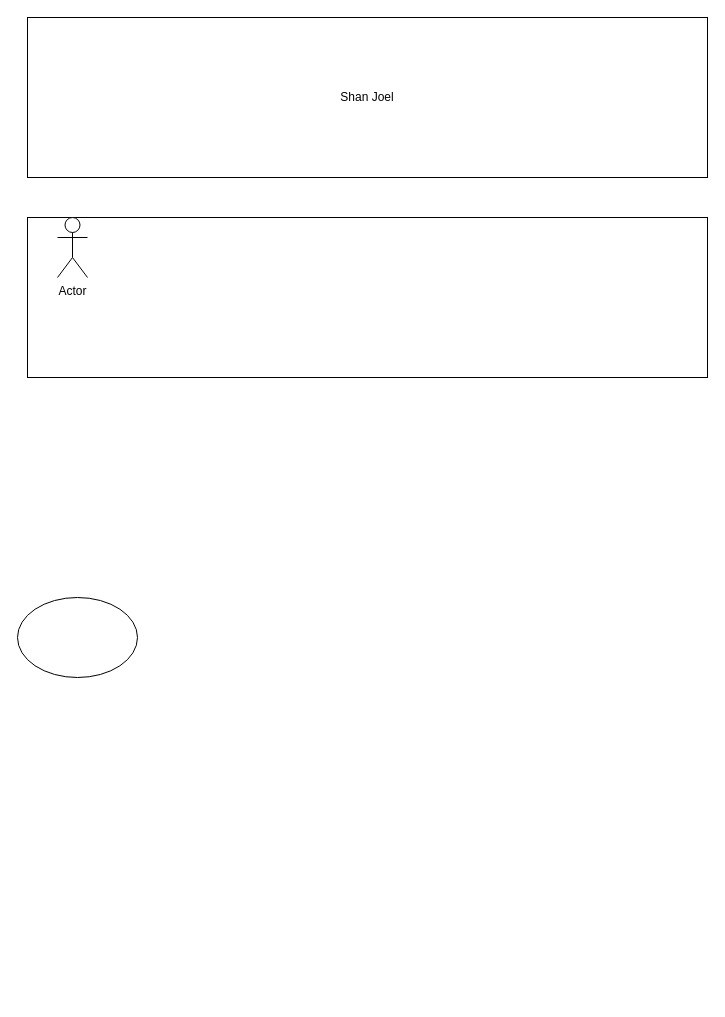
Before: diagrams.drawio in Shan-Joel/Diagrams---ITPM, a draw.io diagram. Source tidied: cells renumbered, new cells numbered last; positions are measured from the earlier drawing's top-left corner, leaving out a move shared by most shapes. Both pictures are drawn from the tidied source at 100%, with x=0, y=0 at pixel (17, 17).
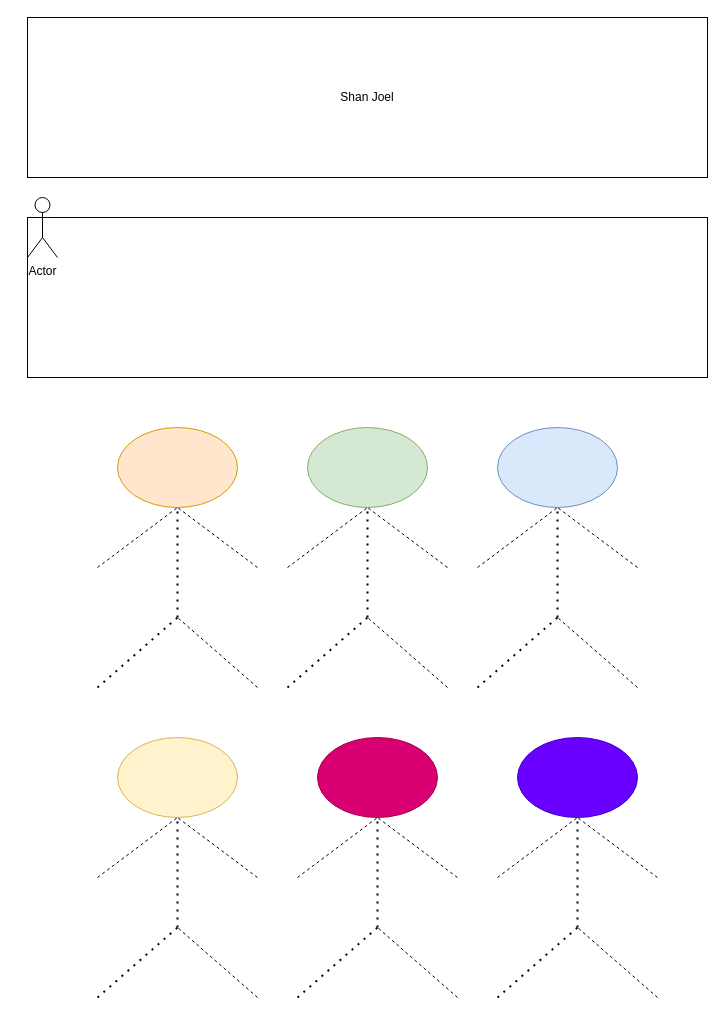
After the change.

Change to the diagram source:
```diff
@@
-    <mxCell id="4" style="ellipse;whiteSpace=wrap;html=1;" parent="1" vertex="1">
-      <mxGeometry y="580" width="120" height="80" as="geometry" />
+    <mxCell id="4" style="ellipse;whiteSpace=wrap;html=1;fillColor=#d5e8d4;strokeColor=#82b366;" parent="1" vertex="1">
+      <mxGeometry x="290" y="410" width="120" height="80" as="geometry" />
     </mxCell>
     <mxCell id="5" value="Actor" style="shape=umlActor;verticalLabelPosition=bottom;verticalAlign=top;html=1;" parent="1" vertex="1">
-      <mxGeometry x="40" y="200" width="30" height="60" as="geometry" />
+      <mxGeometry x="10" y="180" width="30" height="60" as="geometry" />
     </mxCell>
+    <mxCell id="6" style="endArrow=none;dashed=1;html=1;dashPattern=1 3;strokeWidth=2;rounded=0;entryX=0.5;entryY=1;entryDx=0;entryDy=0;" parent="1" edge="1" target="4">
+      <mxGeometry relative="1" as="geometry">
+        <mxPoint x="350" y="600" as="sourcePoint" />
+      </mxGeometry>
+    </mxCell>
+    <mxCell id="7" style="endArrow=none;dashed=1;html=1;dashPattern=1 3;strokeWidth=2;rounded=0;" parent="1" edge="1">
+      <mxGeometry relative="1" as="geometry">
+        <mxPoint x="270" y="670" as="sourcePoint" />
+        <mxPoint x="350" y="600" as="targetPoint" />
+      </mxGeometry>
+    </mxCell>
+    <mxCell id="8" style="endArrow=none;dashed=1;html=1;rounded=0;" parent="1" edge="1">
+      <mxGeometry relative="1" as="geometry">
+        <mxPoint x="430" y="670" as="sourcePoint" />
+        <mxPoint x="350" y="600" as="targetPoint" />
+      </mxGeometry>
+    </mxCell>
+    <mxCell id="9" style="endArrow=none;dashed=1;html=1;rounded=0;" parent="1" edge="1">
+      <mxGeometry relative="1" as="geometry">
+        <mxPoint x="270" y="550" as="sourcePoint" />
+        <mxPoint x="350" y="490" as="targetPoint" />
+      </mxGeometry>
+    </mxCell>
+    <mxCell id="10" style="endArrow=none;dashed=1;html=1;rounded=0;" parent="1" edge="1">
+      <mxGeometry relative="1" as="geometry">
+        <mxPoint x="430" y="550" as="sourcePoint" />
+        <mxPoint x="350" y="490" as="targetPoint" />
+      </mxGeometry>
+    </mxCell>
+    <mxCell id="11" style="ellipse;whiteSpace=wrap;html=1;fillColor=#dae8fc;strokeColor=#6c8ebf;" parent="1" vertex="1">
+      <mxGeometry x="480" y="410" width="120" height="80" as="geometry" />
+    </mxCell>
+    <mxCell id="12" style="endArrow=none;dashed=1;html=1;dashPattern=1 3;strokeWidth=2;rounded=0;entryX=0.5;entryY=1;entryDx=0;entryDy=0;" parent="1" edge="1" target="11">
+      <mxGeometry relative="1" as="geometry">
+        <mxPoint x="540" y="600" as="sourcePoint" />
+      </mxGeometry>
+    </mxCell>
+    <mxCell id="13" style="endArrow=none;dashed=1;html=1;dashPattern=1 3;strokeWidth=2;rounded=0;" parent="1" edge="1">
+      <mxGeometry relative="1" as="geometry">
+        <mxPoint x="460" y="670" as="sourcePoint" />
+        <mxPoint x="540" y="600" as="targetPoint" />
+      </mxGeometry>
+    </mxCell>
+    <mxCell id="14" style="endArrow=none;dashed=1;html=1;rounded=0;" parent="1" edge="1">
+      <mxGeometry relative="1" as="geometry">
+        <mxPoint x="620" y="670" as="sourcePoint" />
+        <mxPoint x="540" y="600" as="targetPoint" />
+      </mxGeometry>
+    </mxCell>
+    <mxCell id="15" style="endArrow=none;dashed=1;html=1;rounded=0;" parent="1" edge="1">
+      <mxGeometry relative="1" as="geometry">
+        <mxPoint x="460" y="550" as="sourcePoint" />
+        <mxPoint x="540" y="490" as="targetPoint" />
+      </mxGeometry>
+    </mxCell>
+    <mxCell id="16" style="endArrow=none;dashed=1;html=1;rounded=0;" parent="1" edge="1">
+      <mxGeometry relative="1" as="geometry">
+        <mxPoint x="620" y="550" as="sourcePoint" />
+        <mxPoint x="540" y="490" as="targetPoint" />
+      </mxGeometry>
+    </mxCell>
+    <mxCell id="17" style="ellipse;whiteSpace=wrap;html=1;fillColor=#ffe6cc;strokeColor=#d79b00;" parent="1" vertex="1">
+      <mxGeometry x="100" y="410" width="120" height="80" as="geometry" />
+    </mxCell>
+    <mxCell id="18" style="endArrow=none;dashed=1;html=1;dashPattern=1 3;strokeWidth=2;rounded=0;entryX=0.5;entryY=1;entryDx=0;entryDy=0;" parent="1" edge="1" target="17">
+      <mxGeometry relative="1" as="geometry">
+        <mxPoint x="160" y="600" as="sourcePoint" />
+      </mxGeometry>
+    </mxCell>
+    <mxCell id="19" style="endArrow=none;dashed=1;html=1;dashPattern=1 3;strokeWidth=2;rounded=0;" parent="1" edge="1">
+      <mxGeometry relative="1" as="geometry">
+        <mxPoint x="80" y="670" as="sourcePoint" />
+        <mxPoint x="160" y="600" as="targetPoint" />
+      </mxGeometry>
+    </mxCell>
+    <mxCell id="20" style="endArrow=none;dashed=1;html=1;rounded=0;" parent="1" edge="1">
+      <mxGeometry relative="1" as="geometry">
+        <mxPoint x="240" y="670" as="sourcePoint" />
+        <mxPoint x="160" y="600" as="targetPoint" />
+      </mxGeometry>
+    </mxCell>
+    <mxCell id="21" style="endArrow=none;dashed=1;html=1;rounded=0;" parent="1" edge="1">
+      <mxGeometry relative="1" as="geometry">
+        <mxPoint x="80" y="550" as="sourcePoint" />
+        <mxPoint x="160" y="490" as="targetPoint" />
+      </mxGeometry>
+    </mxCell>
+    <mxCell id="22" style="endArrow=none;dashed=1;html=1;rounded=0;" parent="1" edge="1">
+      <mxGeometry relative="1" as="geometry">
+        <mxPoint x="240" y="550" as="sourcePoint" />
+        <mxPoint x="160" y="490" as="targetPoint" />
+      </mxGeometry>
+    </mxCell>
+    <mxCell id="23" style="ellipse;whiteSpace=wrap;html=1;fillColor=#fff2cc;strokeColor=#d6b656;" parent="1" vertex="1">
+      <mxGeometry x="100" y="720" width="120" height="80" as="geometry" />
+    </mxCell>
+    <mxCell id="24" style="endArrow=none;dashed=1;html=1;dashPattern=1 3;strokeWidth=2;rounded=0;entryX=0.5;entryY=1;entryDx=0;entryDy=0;" parent="1" edge="1" target="23">
+      <mxGeometry relative="1" as="geometry">
+        <mxPoint x="160" y="910" as="sourcePoint" />
+      </mxGeometry>
+    </mxCell>
+    <mxCell id="25" style="endArrow=none;dashed=1;html=1;dashPattern=1 3;strokeWidth=2;rounded=0;" parent="1" edge="1">
+      <mxGeometry relative="1" as="geometry">
+        <mxPoint x="80" y="980" as="sourcePoint" />
+        <mxPoint x="160" y="910" as="targetPoint" />
+      </mxGeometry>
+    </mxCell>
+    <mxCell id="26" style="endArrow=none;dashed=1;html=1;rounded=0;" parent="1" edge="1">
+      <mxGeometry relative="1" as="geometry">
+        <mxPoint x="240" y="980" as="sourcePoint" />
+        <mxPoint x="160" y="910" as="targetPoint" />
+      </mxGeometry>
+    </mxCell>
+    <mxCell id="27" style="endArrow=none;dashed=1;html=1;rounded=0;" parent="1" edge="1">
+      <mxGeometry relative="1" as="geometry">
+        <mxPoint x="80" y="860" as="sourcePoint" />
+        <mxPoint x="160" y="800" as="targetPoint" />
+      </mxGeometry>
+    </mxCell>
+    <mxCell id="28" style="endArrow=none;dashed=1;html=1;rounded=0;" parent="1" edge="1">
+      <mxGeometry relative="1" as="geometry">
+        <mxPoint x="240" y="860" as="sourcePoint" />
+        <mxPoint x="160" y="800" as="targetPoint" />
+      </mxGeometry>
+    </mxCell>
+    <mxCell id="29" style="ellipse;whiteSpace=wrap;html=1;fillColor=#d80073;fontColor=#ffffff;strokeColor=#A50040;" parent="1" vertex="1">
+      <mxGeometry x="300" y="720" width="120" height="80" as="geometry" />
+    </mxCell>
+    <mxCell id="30" style="endArrow=none;dashed=1;html=1;dashPattern=1 3;strokeWidth=2;rounded=0;entryX=0.5;entryY=1;entryDx=0;entryDy=0;" parent="1" edge="1" target="29">
+      <mxGeometry relative="1" as="geometry">
+        <mxPoint x="360" y="910" as="sourcePoint" />
+      </mxGeometry>
+    </mxCell>
+    <mxCell id="31" style="endArrow=none;dashed=1;html=1;dashPattern=1 3;strokeWidth=2;rounded=0;" parent="1" edge="1">
+      <mxGeometry relative="1" as="geometry">
+        <mxPoint x="280" y="980" as="sourcePoint" />
+        <mxPoint x="360" y="910" as="targetPoint" />
+      </mxGeometry>
+    </mxCell>
+    <mxCell id="32" style="endArrow=none;dashed=1;html=1;rounded=0;" parent="1" edge="1">
+      <mxGeometry relative="1" as="geometry">
+        <mxPoint x="440" y="980" as="sourcePoint" />
+        <mxPoint x="360" y="910" as="targetPoint" />
+      </mxGeometry>
+    </mxCell>
+    <mxCell id="33" style="endArrow=none;dashed=1;html=1;rounded=0;" parent="1" edge="1">
+      <mxGeometry relative="1" as="geometry">
+        <mxPoint x="280" y="860" as="sourcePoint" />
+        <mxPoint x="360" y="800" as="targetPoint" />
+      </mxGeometry>
+    </mxCell>
+    <mxCell id="34" style="endArrow=none;dashed=1;html=1;rounded=0;" parent="1" edge="1">
+      <mxGeometry relative="1" as="geometry">
+        <mxPoint x="440" y="860" as="sourcePoint" />
+        <mxPoint x="360" y="800" as="targetPoint" />
+      </mxGeometry>
+    </mxCell>
+    <mxCell id="35" style="ellipse;whiteSpace=wrap;html=1;fillColor=#6a00ff;fontColor=#ffffff;strokeColor=#3700CC;" parent="1" vertex="1">
+      <mxGeometry x="500" y="720" width="120" height="80" as="geometry" />
+    </mxCell>
+    <mxCell id="36" style="endArrow=none;dashed=1;html=1;dashPattern=1 3;strokeWidth=2;rounded=0;entryX=0.5;entryY=1;entryDx=0;entryDy=0;" parent="1" edge="1" target="35">
+      <mxGeometry relative="1" as="geometry">
+        <mxPoint x="560" y="910" as="sourcePoint" />
+      </mxGeometry>
+    </mxCell>
+    <mxCell id="37" style="endArrow=none;dashed=1;html=1;dashPattern=1 3;strokeWidth=2;rounded=0;" parent="1" edge="1">
+      <mxGeometry relative="1" as="geometry">
+        <mxPoint x="480" y="980" as="sourcePoint" />
+        <mxPoint x="560" y="910" as="targetPoint" />
+      </mxGeometry>
+    </mxCell>
+    <mxCell id="38" style="endArrow=none;dashed=1;html=1;rounded=0;" parent="1" edge="1">
+      <mxGeometry relative="1" as="geometry">
+        <mxPoint x="640" y="980" as="sourcePoint" />
+        <mxPoint x="560" y="910" as="targetPoint" />
+      </mxGeometry>
+    </mxCell>
+    <mxCell id="39" style="endArrow=none;dashed=1;html=1;rounded=0;" parent="1" edge="1">
+      <mxGeometry relative="1" as="geometry">
+        <mxPoint x="480" y="860" as="sourcePoint" />
+        <mxPoint x="560" y="800" as="targetPoint" />
+      </mxGeometry>
+    </mxCell>
+    <mxCell id="40" style="endArrow=none;dashed=1;html=1;rounded=0;" parent="1" edge="1">
+      <mxGeometry relative="1" as="geometry">
+        <mxPoint x="640" y="860" as="sourcePoint" />
+        <mxPoint x="560" y="800" as="targetPoint" />
+      </mxGeometry>
+    </mxCell>
```
